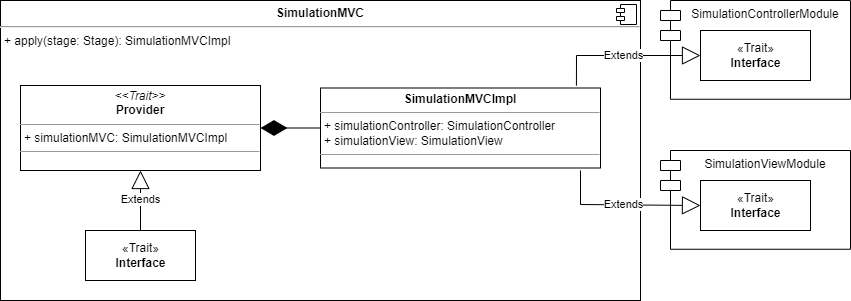
The draw.io diagram docs/img/simulationMVC.png in AnnaVitali/PPS-22-smartgh, before a commit. Source tidied: cells renumbered, new cells last; positions are measured from the earlier drawing's top-left corner, leaving out a move shared by most shapes. Its diagram source:
```xml
<mxGraphModel>
  <root>
    <mxCell id="0" />
    <mxCell id="1" parent="0" />
    <mxCell id="2" value="&lt;p style=&quot;margin:0px;margin-top:6px;text-align:center;&quot;&gt;&lt;b&gt;SimulationMVC&lt;/b&gt;&lt;br&gt;&lt;/p&gt;&lt;hr&gt;&lt;p style=&quot;margin: 0px 0px 0px 4px;&quot;&gt;+ apply(&lt;span style=&quot;background-color: initial;&quot;&gt;stage: Stage&lt;/span&gt;&lt;span style=&quot;background-color: initial;&quot;&gt;): SimulationMVCImpl&lt;/span&gt;&lt;/p&gt;&lt;p style=&quot;margin: 0px 0px 0px 4px;&quot;&gt;&lt;br&gt;&lt;/p&gt;" style="align=left;overflow=fill;html=1;" parent="1" vertex="1">
      <mxGeometry width="640" height="300" as="geometry" />
    </mxCell>
    <mxCell id="3" style="shape=component;jettyWidth=8;jettyHeight=4;" parent="2" vertex="1">
      <mxGeometry x="1" width="20" height="20" relative="1" as="geometry">
        <mxPoint x="-24" y="4" as="offset" />
      </mxGeometry>
    </mxCell>
    <mxCell id="4" value="SimulationControllerModule" style="shape=module;align=left;spacingLeft=20;align=center;verticalAlign=top;fillColor=none;" parent="1" vertex="1">
      <mxGeometry x="660" width="190" height="98.8" as="geometry" />
    </mxCell>
    <mxCell id="5" value="&lt;p style=&quot;margin:0px;margin-top:4px;text-align:center;&quot;&gt;&lt;b&gt;SimulationMVCImpl&lt;/b&gt;&lt;br&gt;&lt;/p&gt;&lt;hr size=&quot;1&quot;&gt;&lt;p style=&quot;margin:0px;margin-left:4px;&quot;&gt;+ simulationController: SimulationController&lt;/p&gt;&lt;p style=&quot;margin:0px;margin-left:4px;&quot;&gt;+ simulationView: SimulationView&lt;/p&gt;&lt;hr size=&quot;1&quot;&gt;" style="verticalAlign=top;align=left;overflow=fill;fontSize=12;fontFamily=Helvetica;html=1;fillColor=default;" parent="1" vertex="1">
      <mxGeometry x="320" y="87.5" width="280" height="80" as="geometry" />
    </mxCell>
    <mxCell id="6" value="«Trait»&lt;br&gt;&lt;b&gt;Interface&lt;/b&gt;" style="html=1;fillColor=default;" parent="1" vertex="1">
      <mxGeometry x="700" y="30" width="110" height="50" as="geometry" />
    </mxCell>
    <mxCell id="7" value="Extends" style="endArrow=block;endSize=16;endFill=0;html=1;rounded=0;entryX=0;entryY=0.5;entryDx=0;entryDy=0;exitX=0.914;exitY=-0.029;exitDx=0;exitDy=0;exitPerimeter=0;elbow=vertical;" parent="1" edge="1" source="5" target="6">
      <mxGeometry relative="1" as="geometry">
        <Array as="points">
          <mxPoint x="576" y="55" />
        </Array>
      </mxGeometry>
    </mxCell>
    <mxCell id="8" value="Extends" style="endArrow=block;endSize=16;endFill=0;html=1;rounded=0;entryX=0;entryY=0.5;entryDx=0;entryDy=0;elbow=vertical;" parent="1" edge="1" target="10">
      <mxGeometry relative="1" as="geometry">
        <mxPoint x="580" y="170" as="sourcePoint" />
        <Array as="points">
          <mxPoint x="580" y="204" />
        </Array>
      </mxGeometry>
    </mxCell>
    <mxCell id="9" value="SimulationViewModule" style="shape=module;align=left;spacingLeft=20;align=center;verticalAlign=top;fillColor=none;" parent="1" vertex="1">
      <mxGeometry x="660" y="150" width="190" height="98.8" as="geometry" />
    </mxCell>
    <mxCell id="10" value="«Trait»&lt;br&gt;&lt;b&gt;Interface&lt;/b&gt;" style="html=1;fillColor=default;" parent="1" vertex="1">
      <mxGeometry x="700" y="180" width="110" height="50" as="geometry" />
    </mxCell>
    <mxCell id="11" style="endArrow=diamondThin;endFill=1;endSize=24;html=1;rounded=0;startArrow=none;exitX=0;exitY=0.5;exitDx=0;exitDy=0;entryX=1;entryY=0.5;entryDx=0;entryDy=0;" parent="1" edge="1" source="5" target="12">
      <mxGeometry relative="1" as="geometry" />
    </mxCell>
    <mxCell id="12" value="&lt;p style=&quot;margin:0px;margin-top:4px;text-align:center;&quot;&gt;&lt;i&gt;&amp;lt;&amp;lt;Trait&amp;gt;&amp;gt;&lt;/i&gt;&lt;br&gt;&lt;b&gt;Provider&lt;/b&gt;&lt;/p&gt;&lt;hr size=&quot;1&quot;&gt;&lt;p style=&quot;margin:0px;margin-left:4px;&quot;&gt;+ simulationMVC: SimulationMVCImpl&lt;br&gt;&lt;/p&gt;&lt;hr size=&quot;1&quot;&gt;&lt;p style=&quot;margin:0px;margin-left:4px;&quot;&gt;&lt;br&gt;&lt;/p&gt;" style="verticalAlign=top;align=left;overflow=fill;fontSize=12;fontFamily=Helvetica;html=1;" parent="1" vertex="1">
      <mxGeometry x="20" y="85" width="240" height="85" as="geometry" />
    </mxCell>
    <mxCell id="13" value="«Trait»&lt;br&gt;&lt;b&gt;Interface&lt;/b&gt;" style="html=1;fillColor=default;" parent="1" vertex="1">
      <mxGeometry x="85" y="230" width="110" height="50" as="geometry" />
    </mxCell>
    <mxCell id="14" value="Extends" style="endArrow=block;endSize=16;endFill=0;html=1;rounded=0;exitX=0.5;exitY=0;exitDx=0;exitDy=0;" parent="1" edge="1" source="13" target="12">
      <mxGeometry relative="1" as="geometry" />
    </mxCell>
  </root>
</mxGraphModel>
```
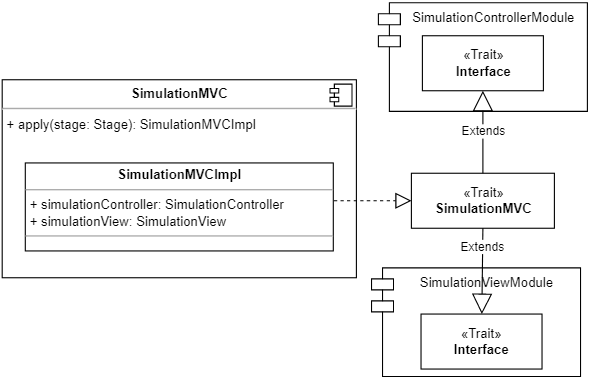
After the commit.

What changed in the source:
```diff
@@ -2,55 +2,42 @@
   <root>
     <mxCell id="0" />
     <mxCell id="1" parent="0" />
-    <mxCell id="2" value="&lt;p style=&quot;margin:0px;margin-top:6px;text-align:center;&quot;&gt;&lt;b&gt;SimulationMVC&lt;/b&gt;&lt;br&gt;&lt;/p&gt;&lt;hr&gt;&lt;p style=&quot;margin: 0px 0px 0px 4px;&quot;&gt;+ apply(&lt;span style=&quot;background-color: initial;&quot;&gt;stage: Stage&lt;/span&gt;&lt;span style=&quot;background-color: initial;&quot;&gt;): SimulationMVCImpl&lt;/span&gt;&lt;/p&gt;&lt;p style=&quot;margin: 0px 0px 0px 4px;&quot;&gt;&lt;br&gt;&lt;/p&gt;" style="align=left;overflow=fill;html=1;" parent="1" vertex="1">
-      <mxGeometry width="640" height="300" as="geometry" />
+    <mxCell id="2" value="&lt;p style=&quot;margin:0px;margin-top:6px;text-align:center;&quot;&gt;&lt;b&gt;SimulationMVC&lt;/b&gt;&lt;br&gt;&lt;/p&gt;&lt;hr&gt;&lt;p style=&quot;margin:0px;margin-left:4px;&quot;&gt;+ apply(&lt;span style=&quot;background-color: initial;&quot;&gt;stage: Stage&lt;/span&gt;&lt;span style=&quot;background-color: initial;&quot;&gt;): SimulationMVCImpl&lt;/span&gt;&lt;br&gt;&lt;/p&gt;" style="align=left;overflow=fill;html=1;fillColor=default;" parent="1" vertex="1">
+      <mxGeometry x="-874.5" y="50" width="322" height="180" as="geometry" />
     </mxCell>
-    <mxCell id="3" style="shape=component;jettyWidth=8;jettyHeight=4;" parent="2" vertex="1">
+    <mxCell id="3" style="shape=component;jettyWidth=8;jettyHeight=4;fillColor=default;" parent="2" vertex="1">
       <mxGeometry x="1" width="20" height="20" relative="1" as="geometry">
         <mxPoint x="-24" y="4" as="offset" />
       </mxGeometry>
     </mxCell>
-    <mxCell id="4" value="SimulationControllerModule" style="shape=module;align=left;spacingLeft=20;align=center;verticalAlign=top;fillColor=none;" parent="1" vertex="1">
-      <mxGeometry x="660" width="190" height="98.8" as="geometry" />
+    <mxCell id="4" value="«Trait»&lt;br&gt;&lt;b&gt;SimulationMVC&lt;/b&gt;" style="html=1;" parent="1" vertex="1">
+      <mxGeometry x="-502.5" y="135" width="130" height="50" as="geometry" />
     </mxCell>
-    <mxCell id="5" value="&lt;p style=&quot;margin:0px;margin-top:4px;text-align:center;&quot;&gt;&lt;b&gt;SimulationMVCImpl&lt;/b&gt;&lt;br&gt;&lt;/p&gt;&lt;hr size=&quot;1&quot;&gt;&lt;p style=&quot;margin:0px;margin-left:4px;&quot;&gt;+ simulationController: SimulationController&lt;/p&gt;&lt;p style=&quot;margin:0px;margin-left:4px;&quot;&gt;+ simulationView: SimulationView&lt;/p&gt;&lt;hr size=&quot;1&quot;&gt;" style="verticalAlign=top;align=left;overflow=fill;fontSize=12;fontFamily=Helvetica;html=1;fillColor=default;" parent="1" vertex="1">
-      <mxGeometry x="320" y="87.5" width="280" height="80" as="geometry" />
+    <mxCell id="5" value="Extends" style="endArrow=block;endSize=16;endFill=0;html=1;rounded=0;exitX=0.5;exitY=1;exitDx=0;exitDy=0;" parent="1" edge="1" source="4" target="11">
+      <mxGeometry x="-0.58" relative="1" as="geometry" />
     </mxCell>
-    <mxCell id="6" value="«Trait»&lt;br&gt;&lt;b&gt;Interface&lt;/b&gt;" style="html=1;fillColor=default;" parent="1" vertex="1">
-      <mxGeometry x="700" y="30" width="110" height="50" as="geometry" />
+    <mxCell id="6" value="Extends" style="endArrow=block;endSize=16;endFill=0;html=1;rounded=0;exitX=0.5;exitY=0;exitDx=0;exitDy=0;" parent="1" edge="1" source="4" target="9">
+      <mxGeometry relative="1" as="geometry" />
     </mxCell>
-    <mxCell id="7" value="Extends" style="endArrow=block;endSize=16;endFill=0;html=1;rounded=0;entryX=0;entryY=0.5;entryDx=0;entryDy=0;exitX=0.914;exitY=-0.029;exitDx=0;exitDy=0;exitPerimeter=0;elbow=vertical;" parent="1" edge="1" source="5" target="6">
+    <mxCell id="7" style="endArrow=block;dashed=1;endFill=0;endSize=12;html=1;rounded=0;entryX=0;entryY=0.5;entryDx=0;entryDy=0;" parent="1" edge="1" target="4">
       <mxGeometry relative="1" as="geometry">
-        <Array as="points">
-          <mxPoint x="576" y="55" />
-        </Array>
+        <mxPoint x="-579" y="160" as="sourcePoint" />
       </mxGeometry>
     </mxCell>
-    <mxCell id="8" value="Extends" style="endArrow=block;endSize=16;endFill=0;html=1;rounded=0;entryX=0;entryY=0.5;entryDx=0;entryDy=0;elbow=vertical;" parent="1" edge="1" target="10">
-      <mxGeometry relative="1" as="geometry">
-        <mxPoint x="580" y="170" as="sourcePoint" />
-        <Array as="points">
-          <mxPoint x="580" y="204" />
-        </Array>
-      </mxGeometry>
+    <mxCell id="8" value="SimulationControllerModule" style="shape=module;align=left;spacingLeft=20;align=center;verticalAlign=top;fillColor=none;" parent="1" vertex="1">
+      <mxGeometry x="-532.5" y="-20" width="190" height="98.8" as="geometry" />
     </mxCell>
-    <mxCell id="9" value="SimulationViewModule" style="shape=module;align=left;spacingLeft=20;align=center;verticalAlign=top;fillColor=none;" parent="1" vertex="1">
-      <mxGeometry x="660" y="150" width="190" height="98.8" as="geometry" />
+    <mxCell id="9" value="«Trait»&lt;br&gt;&lt;b&gt;Interface&lt;/b&gt;" style="html=1;fillColor=default;" parent="1" vertex="1">
+      <mxGeometry x="-492.5" y="10" width="110" height="50" as="geometry" />
     </mxCell>
-    <mxCell id="10" value="«Trait»&lt;br&gt;&lt;b&gt;Interface&lt;/b&gt;" style="html=1;fillColor=default;" parent="1" vertex="1">
-      <mxGeometry x="700" y="180" width="110" height="50" as="geometry" />
+    <mxCell id="10" value="SimulationViewModule" style="shape=module;align=left;spacingLeft=20;align=center;verticalAlign=top;fillColor=none;" parent="1" vertex="1">
+      <mxGeometry x="-538.8" y="221" width="190" height="98.8" as="geometry" />
     </mxCell>
-    <mxCell id="11" style="endArrow=diamondThin;endFill=1;endSize=24;html=1;rounded=0;startArrow=none;exitX=0;exitY=0.5;exitDx=0;exitDy=0;entryX=1;entryY=0.5;entryDx=0;entryDy=0;" parent="1" edge="1" source="5" target="12">
-      <mxGeometry relative="1" as="geometry" />
+    <mxCell id="11" value="«Trait»&lt;br&gt;&lt;b&gt;Interface&lt;/b&gt;" style="html=1;fillColor=default;" parent="1" vertex="1">
+      <mxGeometry x="-493.8" y="263" width="110" height="50" as="geometry" />
     </mxCell>
-    <mxCell id="12" value="&lt;p style=&quot;margin:0px;margin-top:4px;text-align:center;&quot;&gt;&lt;i&gt;&amp;lt;&amp;lt;Trait&amp;gt;&amp;gt;&lt;/i&gt;&lt;br&gt;&lt;b&gt;Provider&lt;/b&gt;&lt;/p&gt;&lt;hr size=&quot;1&quot;&gt;&lt;p style=&quot;margin:0px;margin-left:4px;&quot;&gt;+ simulationMVC: SimulationMVCImpl&lt;br&gt;&lt;/p&gt;&lt;hr size=&quot;1&quot;&gt;&lt;p style=&quot;margin:0px;margin-left:4px;&quot;&gt;&lt;br&gt;&lt;/p&gt;" style="verticalAlign=top;align=left;overflow=fill;fontSize=12;fontFamily=Helvetica;html=1;" parent="1" vertex="1">
-      <mxGeometry x="20" y="85" width="240" height="85" as="geometry" />
+    <mxCell id="12" value="&lt;p style=&quot;margin:0px;margin-top:4px;text-align:center;&quot;&gt;&lt;b&gt;SimulationMVCImpl&lt;/b&gt;&lt;br&gt;&lt;/p&gt;&lt;hr size=&quot;1&quot;&gt;&lt;p style=&quot;margin:0px;margin-left:4px;&quot;&gt;+ simulationController: SimulationController&lt;/p&gt;&lt;p style=&quot;margin:0px;margin-left:4px;&quot;&gt;+ simulationView: SimulationView&lt;/p&gt;&lt;hr size=&quot;1&quot;&gt;" style="verticalAlign=top;align=left;overflow=fill;fontSize=12;fontFamily=Helvetica;html=1;fillColor=default;" parent="1" vertex="1">
+      <mxGeometry x="-853.5" y="125.6" width="280" height="80" as="geometry" />
     </mxCell>
-    <mxCell id="13" value="«Trait»&lt;br&gt;&lt;b&gt;Interface&lt;/b&gt;" style="html=1;fillColor=default;" parent="1" vertex="1">
-      <mxGeometry x="85" y="230" width="110" height="50" as="geometry" />
-    </mxCell>
-    <mxCell id="14" value="Extends" style="endArrow=block;endSize=16;endFill=0;html=1;rounded=0;exitX=0.5;exitY=0;exitDx=0;exitDy=0;" parent="1" edge="1" source="13" target="12">
-      <mxGeometry relative="1" as="geometry" />
-    </mxCell>
   </root>
 </mxGraphModel>
```
